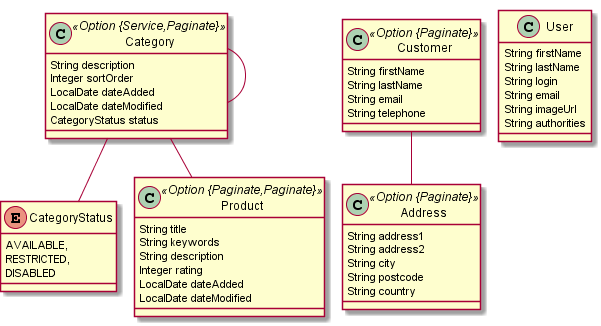
Before: jdl-samples/simple-online-shop.png, a diagram exported from PlantUML (aguilasa/tcc_II).
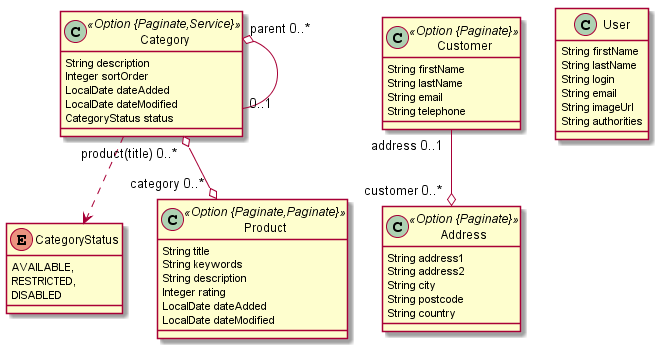
After the commit.

Change to the diagram source:
```diff
@@ -1,12 +1,11 @@
 @startuml
-	!pragma graphviz_dot jdot
 	!pragma syntax class
 	enum CategoryStatus {
 		AVAILABLE,
 		RESTRICTED,
 		DISABLED
 	}
-	class Category <<Option {Service,Paginate}>> {
+	class Category <<Option {Paginate,Service}>> {
 		String description
 		Integer sortOrder
 		LocalDate dateAdded
```
